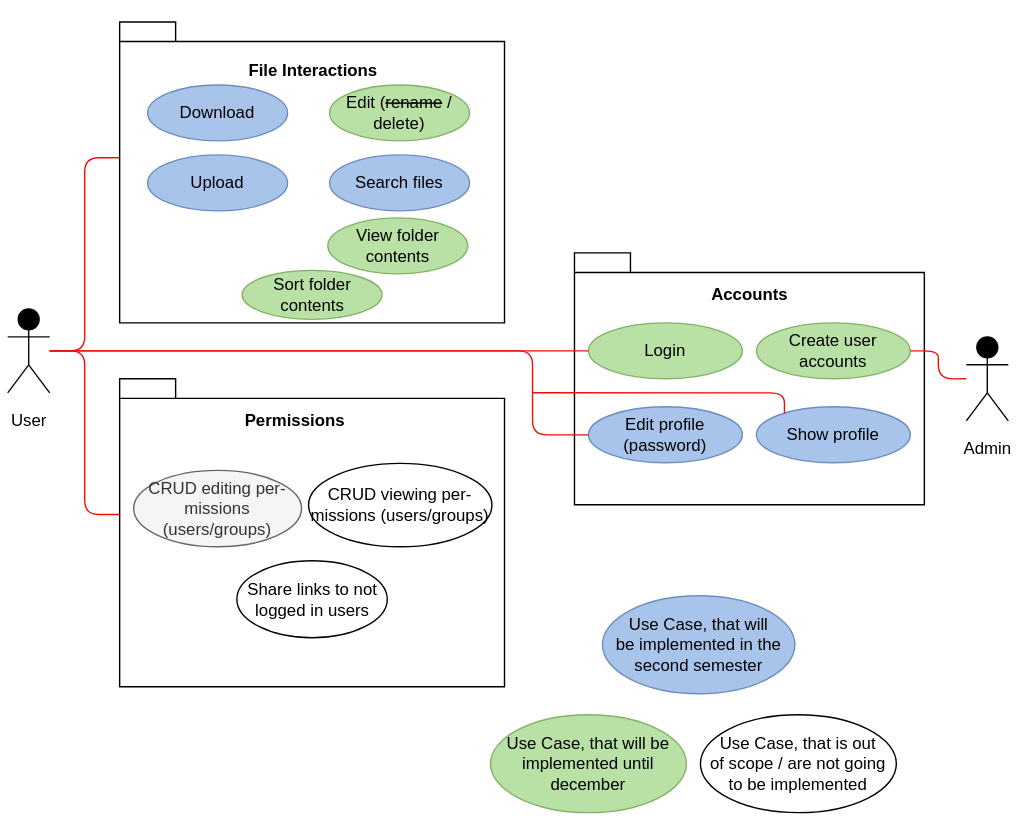
Above: assets/diagrams/usecases.svg in FileFighter/filefighter.github.io (draw.io), before the change. Source tidied: cells renumbered, new cells last; positions are measured from the earlier drawing's top-left corner, leaving out a move shared by most shapes.
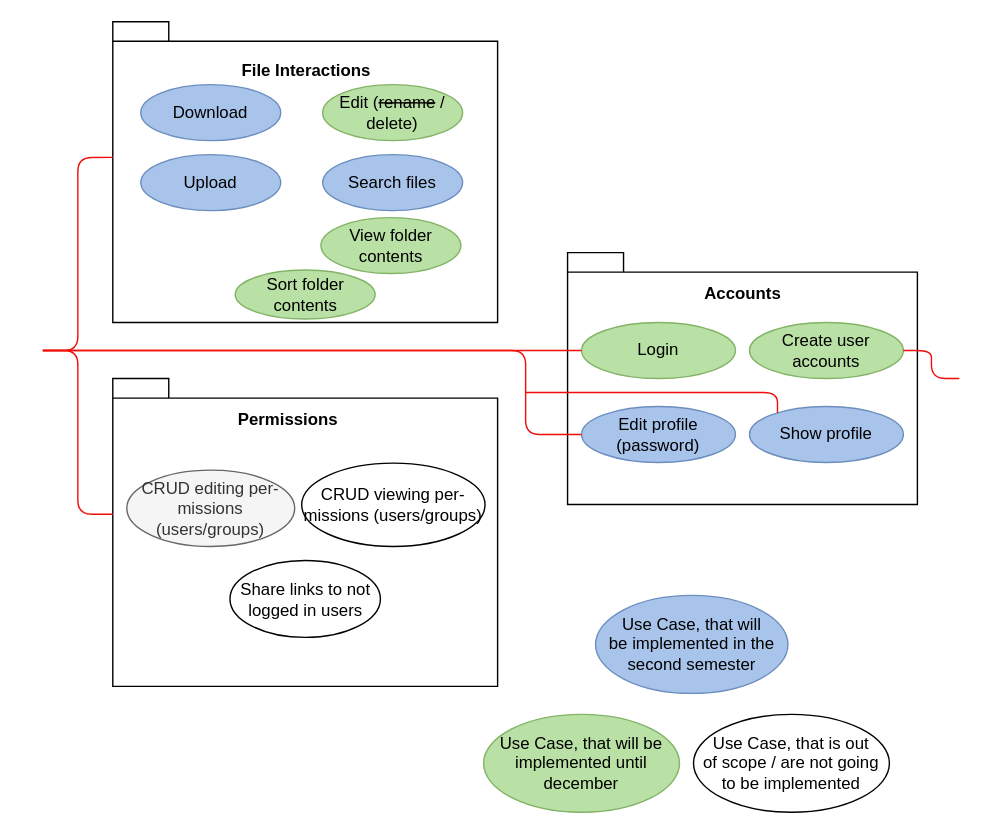
After the change.

Commit message:
update usecase diagram

Diff of the diagram source:
```diff
@@ -5,7 +5,7 @@
     <mxCell id="2" style="rounded=0;whiteSpace=wrap;html=1;fillColor=none;strokeColor=#FFFFFF;" parent="1" vertex="1">
       <mxGeometry x="50" width="630" height="590" as="geometry" />
     </mxCell>
-    <mxCell id="3" value="&lt;font color=&quot;#ffffff&quot;&gt;a&lt;/font&gt;" style="shape=umlActor;verticalLabelPosition=bottom;verticalAlign=top;html=1;fillColor=#000000;strokeColor=#080808;" parent="1" vertex="1">
+    <mxCell id="3" value="&lt;font color=&quot;#ffffff&quot;&gt;User&lt;/font&gt;" style="shape=umlActor;verticalLabelPosition=bottom;verticalAlign=top;html=1;strokeColor=#FFFFFF;fillColor=#FFFFFF;" parent="1" vertex="1">
       <mxGeometry x="5" y="220" width="30" height="60" as="geometry" />
     </mxCell>
     <mxCell id="4" style="shape=folder;fontStyle=1;spacingTop=10;tabWidth=40;tabHeight=14;tabPosition=left;html=1;" parent="1" vertex="1">
@@ -38,7 +38,7 @@
     <mxCell id="13" value="CRUD editing per-missions (users/groups)" style="ellipse;whiteSpace=wrap;html=1;strokeColor=#666666;fillColor=#f5f5f5;fontColor=#333333;" parent="1" vertex="1">
       <mxGeometry x="95" y="335.4" width="120" height="54.5" as="geometry" />
     </mxCell>
-    <mxCell id="14" value="&lt;font color=&quot;#ffffff&quot;&gt;Admin&lt;/font&gt;" style="shape=umlActor;verticalLabelPosition=bottom;verticalAlign=top;html=1;fillColor=#000000;strokeColor=#050505;" parent="1" vertex="1">
+    <mxCell id="14" value="&lt;font color=&quot;#ffffff&quot;&gt;Admin&lt;/font&gt;" style="shape=umlActor;verticalLabelPosition=bottom;verticalAlign=top;html=1;strokeColor=#FFFFFF;fillColor=#FFFFFF;" parent="1" vertex="1">
       <mxGeometry x="690" y="240" width="30" height="60" as="geometry" />
     </mxCell>
     <mxCell id="15" value="CRUD&amp;nbsp;viewing per-missions (users/groups)" style="ellipse;whiteSpace=wrap;html=1;" parent="1" vertex="1">
@@ -118,11 +118,5 @@
     <mxCell id="35" style="edgeStyle=orthogonalEdgeStyle;rounded=0;orthogonalLoop=1;jettySize=auto;html=1;exitX=0.5;exitY=1;exitDx=0;exitDy=0;exitPerimeter=0;" parent="1" edge="1" source="6" target="6">
       <mxGeometry relative="1" as="geometry" />
     </mxCell>
-    <mxCell id="36" value="User" style="text;html=1;align=center;verticalAlign=middle;" parent="1" vertex="1">
-      <mxGeometry y="290" width="40" height="20" as="geometry" />
-    </mxCell>
-    <mxCell id="37" value="Admin" style="text;html=1;align=center;verticalAlign=middle;" parent="1" vertex="1">
-      <mxGeometry x="680" y="310" width="50" height="20" as="geometry" />
-    </mxCell>
   </root>
 </mxGraphModel>
```
